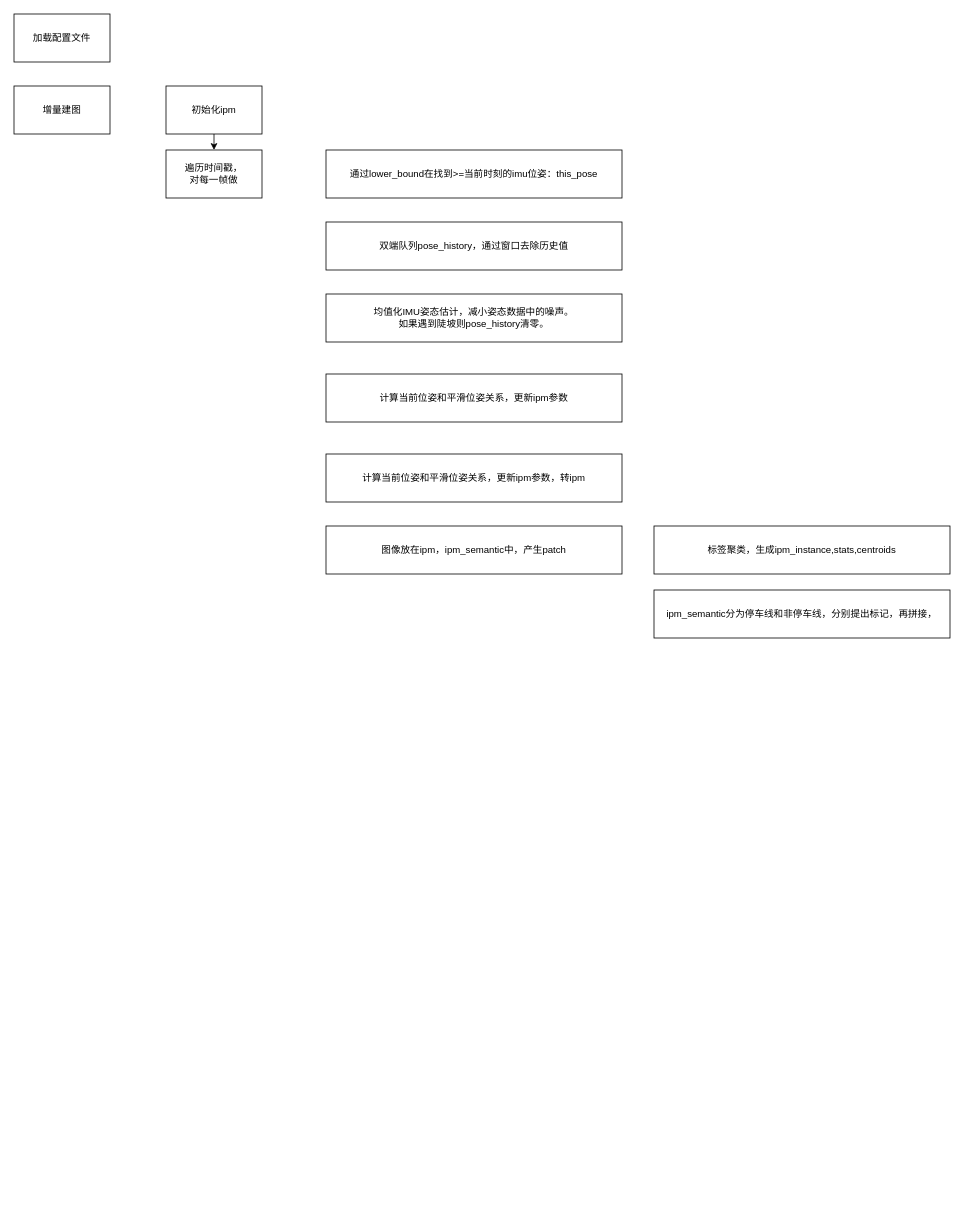
Earlier version of the draw.io diagram flowchart.drawio (countsp/RoadLib). Source tidied: cells renumbered, new cells numbered last; positions are measured from the earlier drawing's top-left corner, leaving out a move shared by most shapes. Both pictures are drawn from the tidied source at 80%, with x=0, y=0 at pixel (14, 14).
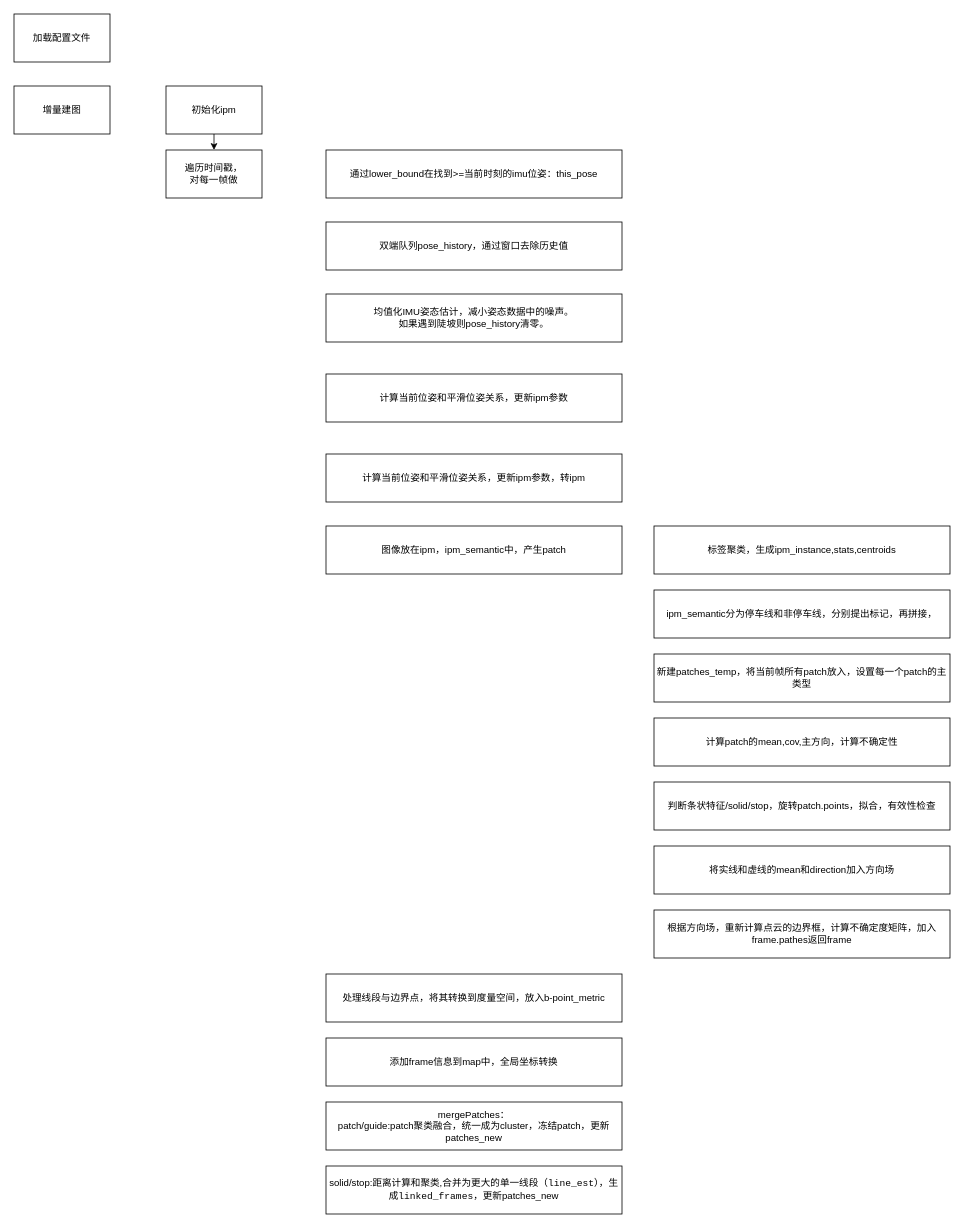
The same page after the edit.

The edit, as a diff of the source:
```diff
@@
+    <mxCell id="15" value="新建patches_temp，将当前帧所有patch放入，设置每一个patch的主类型" style="rounded=0;whiteSpace=wrap;html=1;" parent="1" vertex="1">
+      <mxGeometry x="800" y="800" width="370" height="60" as="geometry" />
+    </mxCell>
+    <mxCell id="16" value="计算patch的mean,cov,主方向，计算不确定性" style="rounded=0;whiteSpace=wrap;html=1;" parent="1" vertex="1">
+      <mxGeometry x="800" y="880" width="370" height="60" as="geometry" />
+    </mxCell>
+    <mxCell id="17" value="判断条状特征/solid/stop，旋转patch.points，拟合，有效性检查" style="rounded=0;whiteSpace=wrap;html=1;" parent="1" vertex="1">
+      <mxGeometry x="800" y="960" width="370" height="60" as="geometry" />
+    </mxCell>
+    <mxCell id="18" value="将实线和虚线的mean和direction加入方向场" style="rounded=0;whiteSpace=wrap;html=1;" parent="1" vertex="1">
+      <mxGeometry x="800" y="1040" width="370" height="60" as="geometry" />
+    </mxCell>
+    <mxCell id="19" value="根据方向场，重新计算点云的边界框，计算不确定度矩阵，加入frame.pathes返回frame" style="rounded=0;whiteSpace=wrap;html=1;" parent="1" vertex="1">
+      <mxGeometry x="800" y="1120" width="370" height="60" as="geometry" />
+    </mxCell>
+    <mxCell id="20" value="处理线段与边界点，将其转换到度量空间，放入b-point_metric" style="rounded=0;whiteSpace=wrap;html=1;" parent="1" vertex="1">
+      <mxGeometry x="390" y="1200" width="370" height="60" as="geometry" />
+    </mxCell>
+    <mxCell id="21" value="添加frame信息到map中，全局坐标转换" style="rounded=0;whiteSpace=wrap;html=1;" parent="1" vertex="1">
+      <mxGeometry x="390" y="1280" width="370" height="60" as="geometry" />
+    </mxCell>
+    <mxCell id="22" value="&lt;div&gt;mergePatches：&lt;/div&gt;&lt;div&gt;patch/guide:patch聚类融合，统一成为cluster，冻结patch，更新patches_new&lt;/div&gt;" style="rounded=0;whiteSpace=wrap;html=1;" parent="1" vertex="1">
+      <mxGeometry x="390" y="1360" width="370" height="60" as="geometry" />
+    </mxCell>
+    <mxCell id="23" value="solid/stop:距离计算和聚类,合并为更大的单一线段（&lt;code&gt;line_est&lt;/code&gt;），生成&lt;code&gt;linked_frames，&lt;/code&gt;更新patches_new" style="rounded=0;whiteSpace=wrap;html=1;" parent="1" vertex="1">
+      <mxGeometry x="390" y="1440" width="370" height="60" as="geometry" />
+    </mxCell>
```
